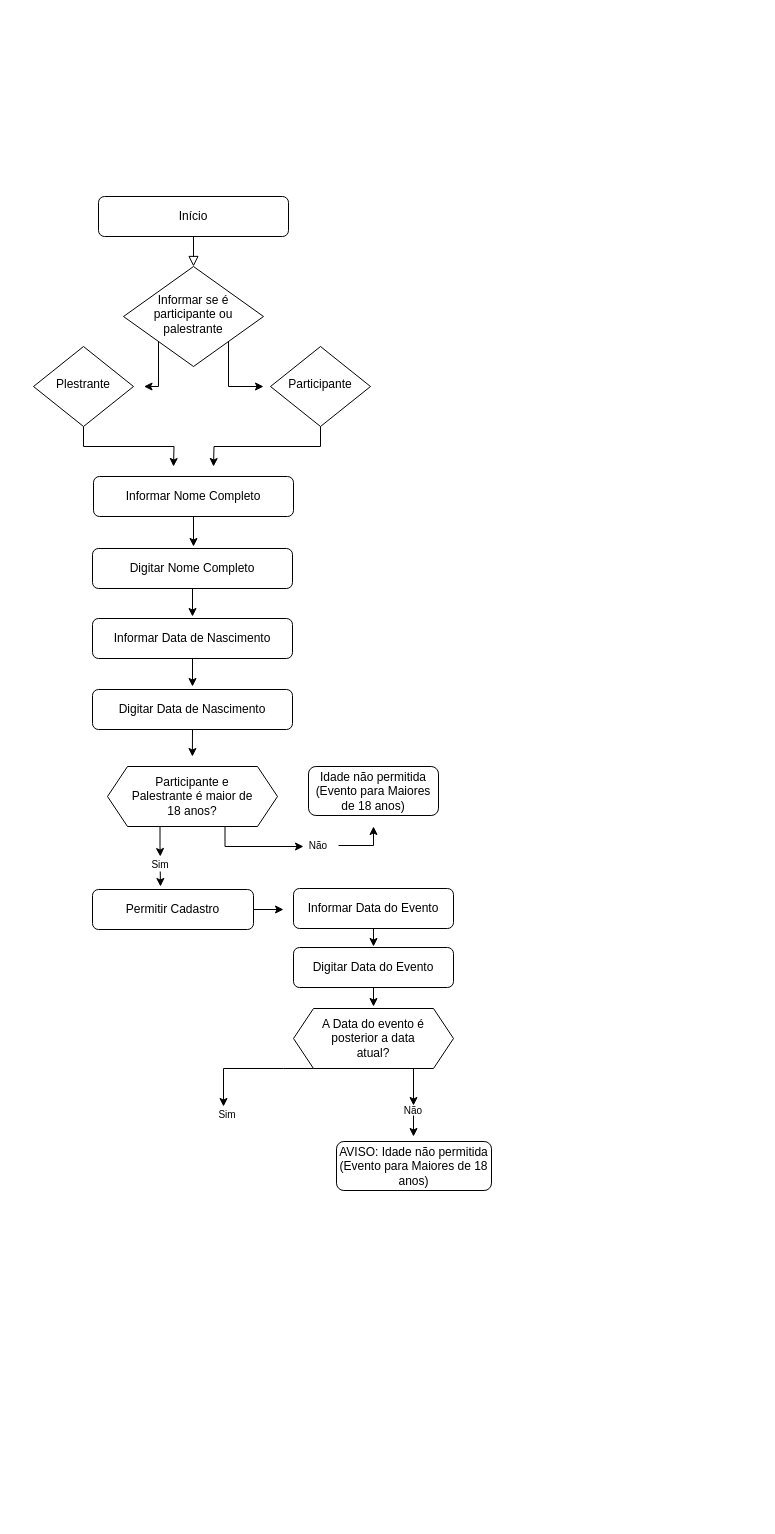
Before: Untitled Diagram.drawio in GlaucileneSilva/UC8-LogicadaPrograma-o--FLUXOGRAMA, a draw.io diagram. Source tidied: cells renumbered, new cells numbered last; positions are measured from the earlier drawing's top-left corner, leaving out a move shared by most shapes. Both pictures are drawn from the tidied source at 100%, with x=0, y=0 at pixel (33, 196).
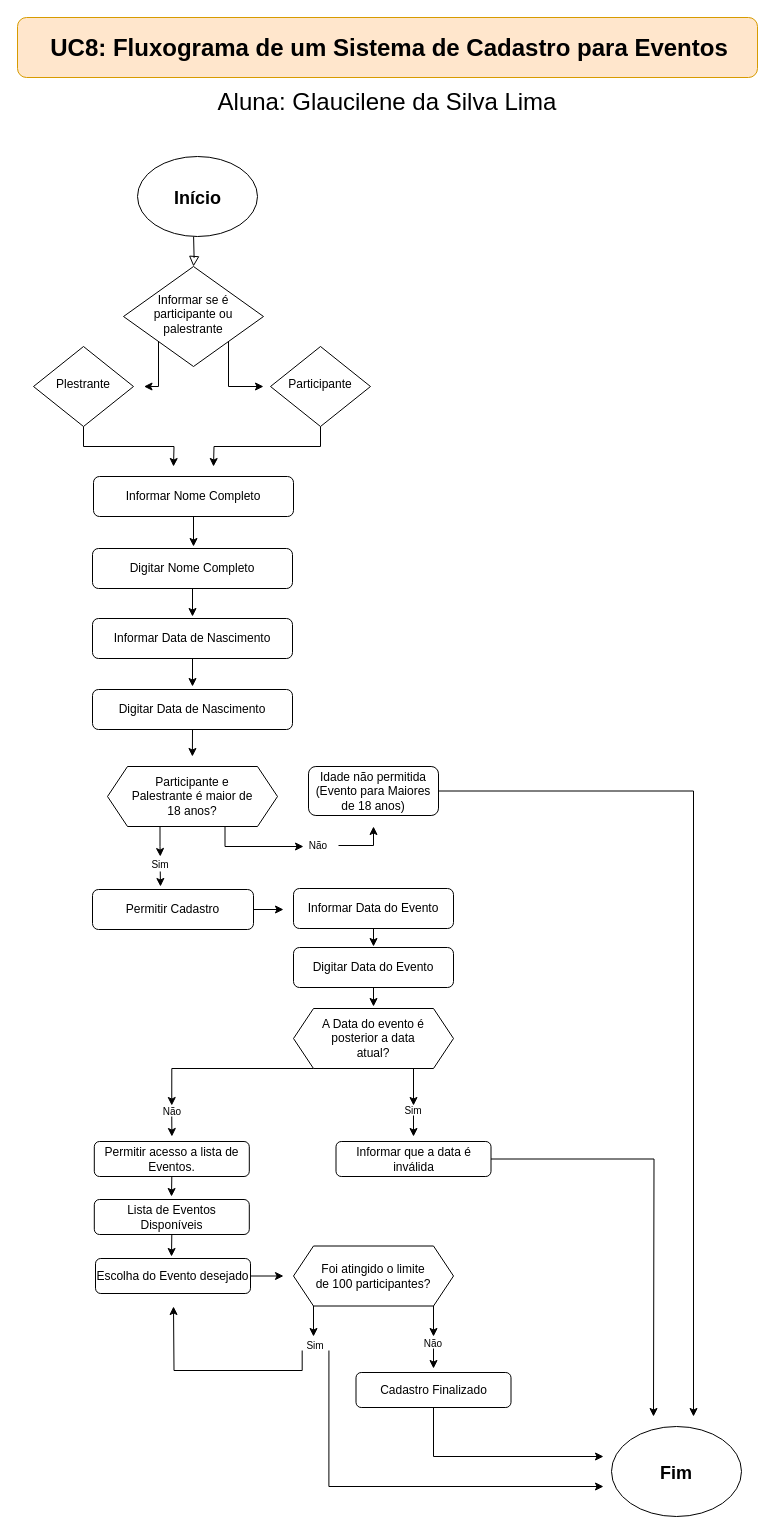
The same page after the edit.

Commit message (it also covers changes not shown here):
Fluxograma de um sistema de cadastro para eventos

Unchanged cells that the change refers to:
```xml
<mxCell id="6" value="Informar se é participante ou palestrante" style="rhombus;whiteSpace=wrap;html=1;shadow=0;fontFamily=Helvetica;fontSize=12;align=center;strokeWidth=1;spacing=6;spacingTop=-4;" parent="1" vertex="1">
  <mxGeometry x="90" y="70" width="140" height="100" as="geometry" />
</mxCell>
<mxCell id="27" value="Idade não permitida&lt;br&gt;(Evento para Maiores de 18 anos)&lt;br&gt;" style="rounded=1;whiteSpace=wrap;html=1;fontSize=12;glass=0;strokeWidth=1;shadow=0;" parent="1" vertex="1">
  <mxGeometry x="275" y="570" width="130" height="49" as="geometry" />
</mxCell>
<mxCell id="37" value="&lt;font style=&quot;font-size: 12px&quot;&gt;A Data do evento é posterior a data atual?&lt;/font&gt;" style="text;html=1;strokeColor=none;fillColor=none;align=center;verticalAlign=middle;whiteSpace=wrap;rounded=0;fontSize=10;" parent="1" vertex="1">
  <mxGeometry x="280" y="812" width="120" height="60" as="geometry" />
</mxCell>
```

Diff of the diagram source:
```diff
@@
-    <mxCell id="2" style="rounded=0;html=1;jettySize=auto;fontSize=11;endArrow=block;endFill=0;endSize=8;strokeWidth=1;shadow=0;labelBackgroundColor=none;edgeStyle=orthogonalEdgeStyle;" parent="1" edge="1" source="3" target="6">
-      <mxGeometry relative="1" as="geometry" />
+    <mxCell id="2" style="rounded=0;html=1;jettySize=auto;fontSize=11;endArrow=block;endFill=0;endSize=8;strokeWidth=1;shadow=0;labelBackgroundColor=none;edgeStyle=orthogonalEdgeStyle;" parent="1" edge="1" target="6">
+      <mxGeometry relative="1" as="geometry">
+        <mxPoint x="160.1" y="40" as="sourcePoint" />
+      </mxGeometry>
     </mxCell>
-    <mxCell id="3" value="Início" style="rounded=1;whiteSpace=wrap;html=1;fontSize=12;glass=0;strokeWidth=1;shadow=0;" parent="1" vertex="1">
-      <mxGeometry x="65" width="190" height="40" as="geometry" />
-    </mxCell>
@@
+    <mxCell id="42" style="edgeStyle=orthogonalEdgeStyle;rounded=0;jettySize=auto;html=1;exitX=1;exitY=0.5;exitDx=0;exitDy=0;fontSize=12;" parent="1" edge="1" source="27">
+      <mxGeometry relative="1" as="geometry">
+        <mxPoint x="660" y="1220" as="targetPoint" />
+        <Array as="points">
+          <mxPoint x="660" y="595" />
+        </Array>
+      </mxGeometry>
+    </mxCell>
@@
-    <mxCell id="35" style="edgeStyle=orthogonalEdgeStyle;rounded=0;jettySize=auto;html=1;exitX=0;exitY=1;exitDx=0;exitDy=0;fontSize=12;" parent="1" edge="1" source="37">
-      <mxGeometry relative="1" as="geometry">
-        <mxPoint x="190" y="910" as="targetPoint" />
-        <Array as="points">
-          <mxPoint x="250" y="872" />
-          <mxPoint x="250" y="872" />
-        </Array>
-      </mxGeometry>
-    </mxCell>
@@
+    <mxCell id="43" style="edgeStyle=orthogonalEdgeStyle;rounded=0;jettySize=auto;html=1;exitX=0;exitY=1;exitDx=0;exitDy=0;entryX=0.5;entryY=0;entryDx=0;entryDy=0;fontSize=12;" parent="1" edge="1" source="37" target="38">
+      <mxGeometry relative="1" as="geometry">
+        <Array as="points">
+          <mxPoint x="138" y="872" />
+        </Array>
+      </mxGeometry>
+    </mxCell>
@@
+    <mxCell id="44" style="edgeStyle=orthogonalEdgeStyle;rounded=0;jettySize=auto;html=1;exitX=0.5;exitY=1;exitDx=0;exitDy=0;fontSize=12;" parent="1" edge="1" source="38">
+      <mxGeometry relative="1" as="geometry">
+        <mxPoint x="138.4" y="940" as="targetPoint" />
+      </mxGeometry>
+    </mxCell>
-    <mxCell id="38" value="Sim" style="text;html=1;strokeColor=none;fillColor=none;align=center;verticalAlign=middle;whiteSpace=wrap;rounded=0;fontSize=10;" parent="1" vertex="1">
-      <mxGeometry x="166.5" y="910" width="53.5" height="15" as="geometry" />
+    <mxCell id="38" value="Não" style="text;html=1;strokeColor=none;fillColor=none;align=center;verticalAlign=middle;whiteSpace=wrap;rounded=0;fontSize=10;" parent="1" vertex="1">
+      <mxGeometry x="111.5" y="909" width="53.5" height="11" as="geometry" />
     </mxCell>
@@
-    <mxCell id="40" value="&lt;font style=&quot;vertical-align: inherit ; font-size: 10px&quot;&gt;Não&lt;/font&gt;" style="text;html=1;strokeColor=none;fillColor=none;align=center;verticalAlign=middle;whiteSpace=wrap;rounded=0;" parent="1" vertex="1">
+    <mxCell id="40" value="&lt;span style=&quot;font-size: 10px&quot;&gt;Sim&lt;/span&gt;" style="text;html=1;strokeColor=none;fillColor=none;align=center;verticalAlign=middle;whiteSpace=wrap;rounded=0;" parent="1" vertex="1">
       <mxGeometry x="360" y="909" width="40" height="10" as="geometry" />
     </mxCell>
+    <mxCell id="45" style="edgeStyle=orthogonalEdgeStyle;rounded=0;jettySize=auto;html=1;exitX=0.5;exitY=1;exitDx=0;exitDy=0;fontSize=12;" parent="1" edge="1" source="41">
+      <mxGeometry relative="1" as="geometry">
+        <mxPoint x="138" y="1000" as="targetPoint" />
+      </mxGeometry>
+    </mxCell>
-    <mxCell id="41" value="AVISO: Idade não permitida&lt;br&gt;(Evento para Maiores de 18 anos)&lt;br&gt;" style="rounded=1;whiteSpace=wrap;html=1;fontSize=12;glass=0;strokeWidth=1;shadow=0;" parent="1" vertex="1">
-      <mxGeometry x="303" y="945" width="155" height="49" as="geometry" />
+    <mxCell id="41" value="Permitir acesso a lista de Eventos." style="rounded=1;whiteSpace=wrap;html=1;fontSize=12;glass=0;strokeWidth=1;shadow=0;" parent="1" vertex="1">
+      <mxGeometry x="60.8" y="945" width="155" height="35" as="geometry" />
     </mxCell>
+    <mxCell id="46" style="edgeStyle=orthogonalEdgeStyle;rounded=0;jettySize=auto;html=1;exitX=1;exitY=0.5;exitDx=0;exitDy=0;fontSize=12;" parent="1" edge="1" source="47">
+      <mxGeometry relative="1" as="geometry">
+        <mxPoint x="620" y="1220" as="targetPoint" />
+      </mxGeometry>
+    </mxCell>
+    <mxCell id="47" value="Informar que a data é inválida" style="rounded=1;whiteSpace=wrap;html=1;fontSize=12;glass=0;strokeWidth=1;shadow=0;" parent="1" vertex="1">
+      <mxGeometry x="302.5" y="945" width="155" height="35" as="geometry" />
+    </mxCell>
+    <mxCell id="48" style="edgeStyle=orthogonalEdgeStyle;rounded=0;jettySize=auto;html=1;exitX=0.5;exitY=1;exitDx=0;exitDy=0;fontSize=12;" parent="1" edge="1" source="49">
+      <mxGeometry relative="1" as="geometry">
+        <mxPoint x="138" y="1060" as="targetPoint" />
+      </mxGeometry>
+    </mxCell>
+    <mxCell id="49" value="Lista de Eventos Disponíveis" style="rounded=1;whiteSpace=wrap;html=1;fontSize=12;glass=0;strokeWidth=1;shadow=0;" parent="1" vertex="1">
+      <mxGeometry x="60.8" y="1003" width="155" height="35" as="geometry" />
+    </mxCell>
+    <mxCell id="50" style="edgeStyle=orthogonalEdgeStyle;rounded=0;jettySize=auto;html=1;exitX=1;exitY=0.5;exitDx=0;exitDy=0;fontSize=12;" parent="1" edge="1" source="51">
+      <mxGeometry relative="1" as="geometry">
+        <mxPoint x="250" y="1079" as="targetPoint" />
+      </mxGeometry>
+    </mxCell>
+    <mxCell id="51" value="Escolha do Evento desejado" style="rounded=1;whiteSpace=wrap;html=1;fontSize=12;glass=0;strokeWidth=1;shadow=0;" parent="1" vertex="1">
+      <mxGeometry x="62" y="1062" width="155" height="35" as="geometry" />
+    </mxCell>
+    <mxCell id="52" style="shape=hexagon;perimeter=hexagonPerimeter2;whiteSpace=wrap;html=1;fixedSize=1;" parent="1" vertex="1">
+      <mxGeometry x="260" y="1049.5" width="160" height="60" as="geometry" />
+    </mxCell>
+    <mxCell id="53" style="edgeStyle=orthogonalEdgeStyle;rounded=0;jettySize=auto;html=1;exitX=0;exitY=1;exitDx=0;exitDy=0;fontSize=12;" parent="1" edge="1" source="55">
+      <mxGeometry relative="1" as="geometry">
+        <mxPoint x="280" y="1140" as="targetPoint" />
+      </mxGeometry>
+    </mxCell>
+    <mxCell id="54" style="edgeStyle=orthogonalEdgeStyle;rounded=0;jettySize=auto;html=1;exitX=1;exitY=1;exitDx=0;exitDy=0;fontSize=18;" parent="1" edge="1" source="55">
+      <mxGeometry relative="1" as="geometry">
+        <mxPoint x="400" y="1140" as="targetPoint" />
+      </mxGeometry>
+    </mxCell>
+    <mxCell id="55" value="&lt;span style=&quot;font-size: 12px&quot;&gt;Foi atingido o limite de 100 participantes?&lt;/span&gt;" style="text;html=1;strokeColor=none;fillColor=none;align=center;verticalAlign=middle;whiteSpace=wrap;rounded=0;fontSize=10;" parent="1" vertex="1">
+      <mxGeometry x="280" y="1049.5" width="120" height="60" as="geometry" />
+    </mxCell>
+    <mxCell id="56" style="edgeStyle=orthogonalEdgeStyle;rounded=0;jettySize=auto;html=1;exitX=0.25;exitY=1;exitDx=0;exitDy=0;fontSize=12;" parent="1" edge="1" source="58">
+      <mxGeometry relative="1" as="geometry">
+        <mxPoint x="140" y="1110" as="targetPoint" />
+      </mxGeometry>
+    </mxCell>
+    <mxCell id="57" style="edgeStyle=orthogonalEdgeStyle;rounded=0;jettySize=auto;html=1;exitX=0.75;exitY=1;exitDx=0;exitDy=0;fontSize=12;" parent="1" edge="1" source="58">
+      <mxGeometry relative="1" as="geometry">
+        <mxPoint x="570" y="1290" as="targetPoint" />
+        <Array as="points">
+          <mxPoint x="295" y="1290" />
+        </Array>
+      </mxGeometry>
+    </mxCell>
+    <mxCell id="58" value="Sim" style="text;html=1;strokeColor=none;fillColor=none;align=center;verticalAlign=middle;whiteSpace=wrap;rounded=0;fontSize=10;" parent="1" vertex="1">
+      <mxGeometry x="255.3" y="1143" width="53.5" height="11" as="geometry" />
+    </mxCell>
+    <mxCell id="59" style="edgeStyle=orthogonalEdgeStyle;rounded=0;jettySize=auto;html=1;exitX=0.5;exitY=1;exitDx=0;exitDy=0;fontSize=18;" parent="1" edge="1" source="60">
+      <mxGeometry relative="1" as="geometry">
+        <mxPoint x="400" y="1172" as="targetPoint" />
+      </mxGeometry>
+    </mxCell>
+    <mxCell id="60" value="&lt;span style=&quot;font-size: 10px&quot;&gt;Não&lt;/span&gt;" style="text;html=1;strokeColor=none;fillColor=none;align=center;verticalAlign=middle;whiteSpace=wrap;rounded=0;" parent="1" vertex="1">
+      <mxGeometry x="380" y="1142" width="40" height="10" as="geometry" />
+    </mxCell>
+    <mxCell id="61" style="ellipse;whiteSpace=wrap;html=1;fontSize=12;" parent="1" vertex="1">
+      <mxGeometry x="104" y="-40" width="120" height="80" as="geometry" />
+    </mxCell>
+    <mxCell id="3" value="&lt;h1&gt;&lt;font style=&quot;font-size: 18px&quot;&gt;Início&lt;/font&gt;&lt;/h1&gt;" style="text;html=1;strokeColor=none;fillColor=none;align=center;verticalAlign=middle;whiteSpace=wrap;rounded=0;fontSize=12;" parent="1" vertex="1">
+      <mxGeometry x="129" y="-30" width="71" height="60" as="geometry" />
+    </mxCell>
+    <mxCell id="62" style="ellipse;whiteSpace=wrap;html=1;fontSize=12;" parent="1" vertex="1">
+      <mxGeometry x="578" y="1230" width="130" height="90" as="geometry" />
+    </mxCell>
+    <mxCell id="63" value="&lt;h1&gt;&lt;font style=&quot;font-size: 18px&quot;&gt;Fim&lt;/font&gt;&lt;/h1&gt;" style="text;html=1;strokeColor=none;fillColor=none;align=center;verticalAlign=middle;whiteSpace=wrap;rounded=0;fontSize=12;" parent="1" vertex="1">
+      <mxGeometry x="605" y="1245" width="76" height="60" as="geometry" />
+    </mxCell>
+    <mxCell id="64" style="edgeStyle=orthogonalEdgeStyle;rounded=0;jettySize=auto;html=1;exitX=0.5;exitY=1;exitDx=0;exitDy=0;fontSize=18;" parent="1" edge="1" source="65">
+      <mxGeometry relative="1" as="geometry">
+        <mxPoint x="570" y="1260" as="targetPoint" />
+        <Array as="points">
+          <mxPoint x="400" y="1260" />
+        </Array>
+      </mxGeometry>
+    </mxCell>
+    <mxCell id="65" value="Cadastro Finalizado" style="rounded=1;whiteSpace=wrap;html=1;fontSize=12;glass=0;strokeWidth=1;shadow=0;" parent="1" vertex="1">
+      <mxGeometry x="322.5" y="1176" width="155" height="35" as="geometry" />
+    </mxCell>
+    <mxCell id="66" style="rounded=1;whiteSpace=wrap;html=1;fontSize=18;fillColor=#ffe6cc;strokeColor=#d79b00;" parent="1" vertex="1">
+      <mxGeometry x="-16" y="-179" width="740" height="60" as="geometry" />
+    </mxCell>
+    <mxCell id="67" value="&lt;font style=&quot;font-size: 24px&quot;&gt;&lt;b&gt;UC8: Fluxograma de um Sistema de Cadastro para Eventos&lt;/b&gt;&lt;/font&gt;" style="text;html=1;strokeColor=none;fillColor=none;align=center;verticalAlign=middle;whiteSpace=wrap;rounded=0;fontSize=25;" parent="1" vertex="1">
+      <mxGeometry x="2" y="-164" width="708" height="30" as="geometry" />
+    </mxCell>
+    <mxCell id="68" value="Aluna: Glaucilene da Silva Lima" style="text;html=1;strokeColor=none;fillColor=none;align=center;verticalAlign=middle;whiteSpace=wrap;rounded=0;fontFamily=Helvetica;fontSize=24;" parent="1" vertex="1">
+      <mxGeometry x="149" y="-109" width="410" height="30" as="geometry" />
+    </mxCell>
```
